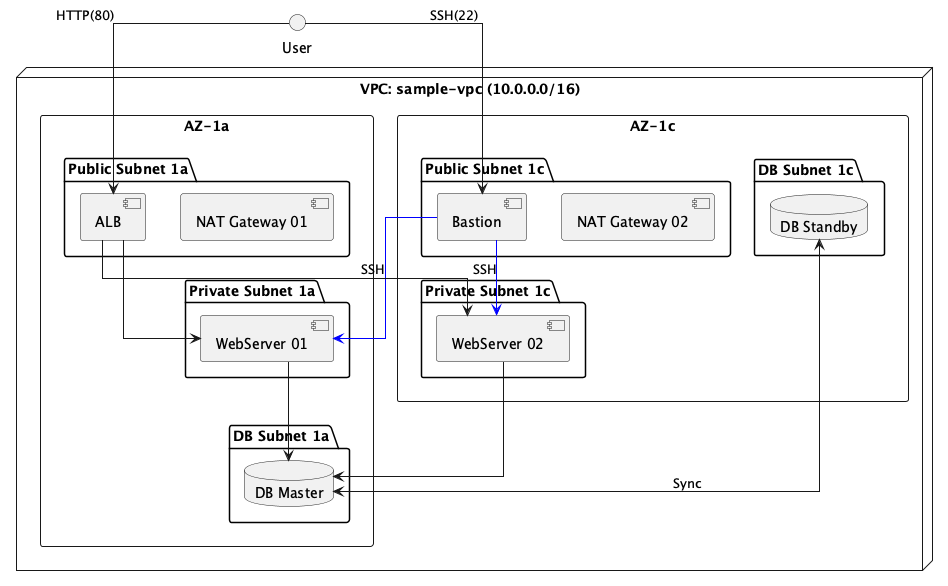
Before: docs/Network_Architecture.png, a diagram exported from PlantUML (Nobu42/terraform-iac-lab).
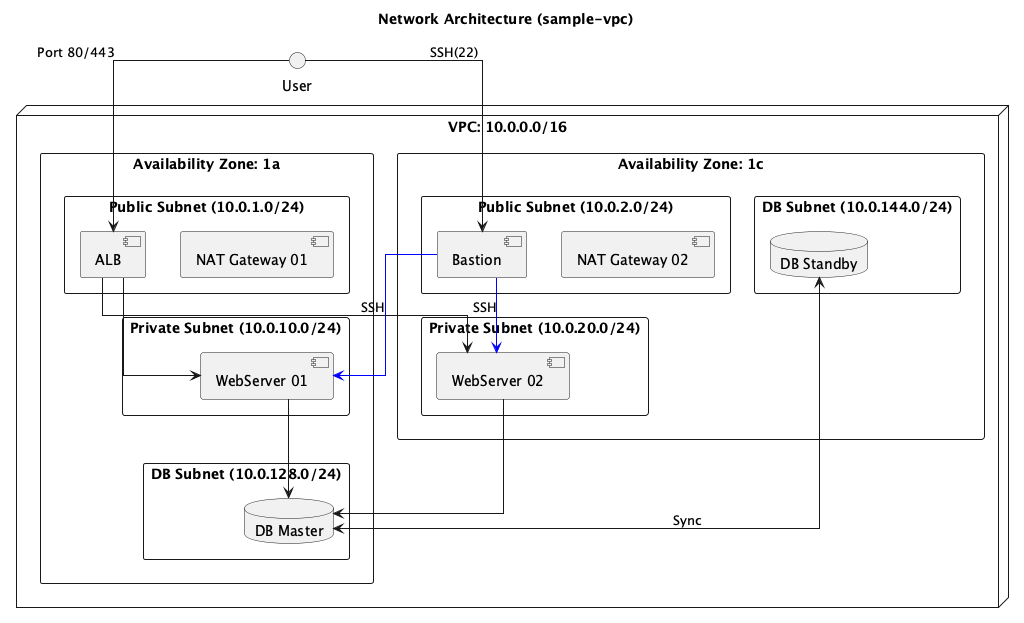
Above is the later version.

The edit, as a diff of the source:
```diff
@@ -1,37 +1,40 @@
 @startuml
 skinparam linetype ortho
 skinparam shadowing false
+skinparam packageStyle rectangle
 
-node "VPC: sample-vpc (10.0.0.0/16)" {
+title Network Architecture (sample-vpc)
 
-    rectangle "AZ-1a" as az1a {
-        package "Public Subnet 1a" {
+node "VPC: 10.0.0.0/16" {
+
+    rectangle "Availability Zone: 1a" as az1a {
+        package "Public Subnet (10.0.1.0/24)" {
             [ALB] as alb
             [NAT Gateway 01] as nat1
         }
-        package "Private Subnet 1a" {
+        package "Private Subnet (10.0.10.0/24)" {
             [WebServer 01] as web1
         }
-        package "DB Subnet 1a" {
+        package "DB Subnet (10.0.128.0/24)" {
             database "DB Master" as db1
         }
     }
 
-    rectangle "AZ-1c" as az1c {
-        package "Public Subnet 1c" {
+    rectangle "Availability Zone: 1c" as az1c {
+        package "Public Subnet (10.0.2.0/24)" {
             [Bastion] as bastion
             [NAT Gateway 02] as nat2
         }
-        package "Private Subnet 1c" {
+        package "Private Subnet (10.0.20.0/24)" {
             [WebServer 02] as web2
         }
-        package "DB Subnet 1c" {
+        package "DB Subnet (10.0.144.0/24)" {
             database "DB Standby" as db2
         }
     }
 }
 
-User --> alb : HTTP(80)
+User --> alb : Port 80/443
 User --> bastion : SSH(22)
 bastion -[#blue]-> web1 : SSH
 bastion -[#blue]-> web2 : SSH
```
